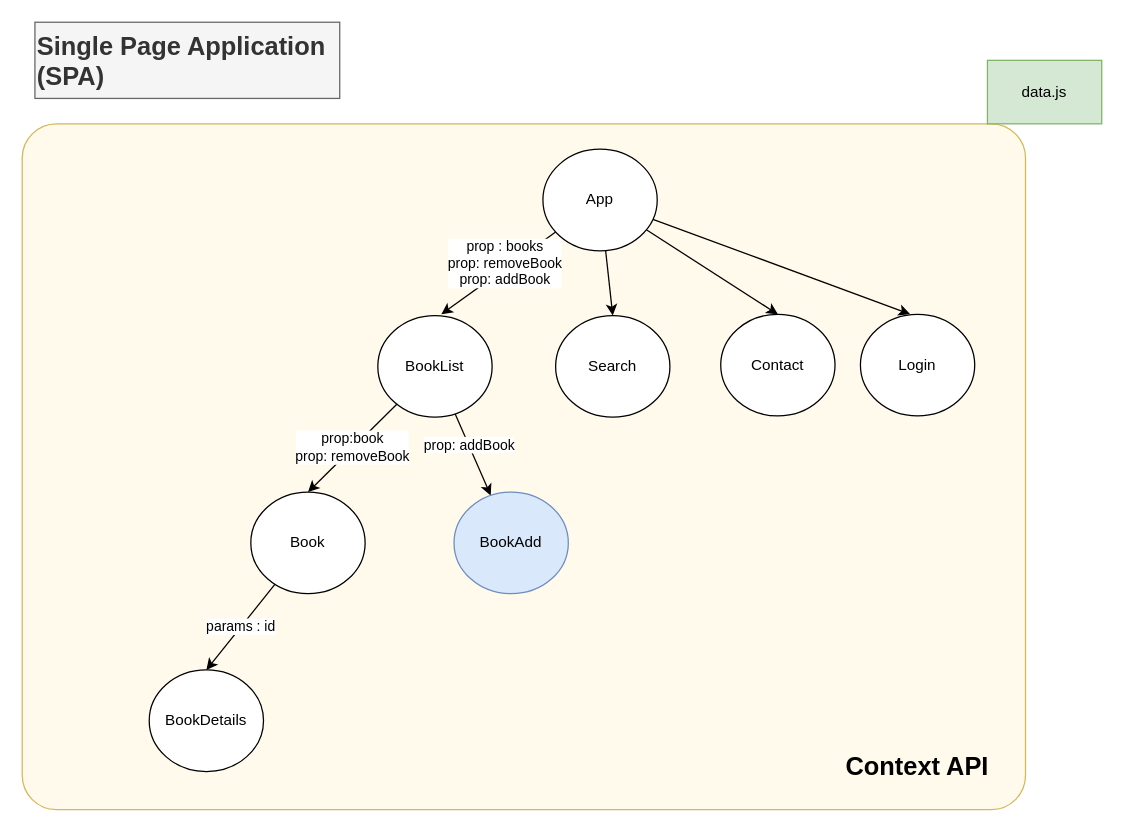
Before: page "day-04-bs-store-components" (5 of 5) of day-04/draw.drawio in zcomert/BtkAkademiDotNetBootCamp, a draw.io diagram. Source tidied: cells renumbered, new cells numbered last; positions are measured from the earlier drawing's top-left corner, leaving out a move shared by most shapes. Both pictures are drawn from the tidied source at 127%, with x=0, y=0 at pixel (22, 22).
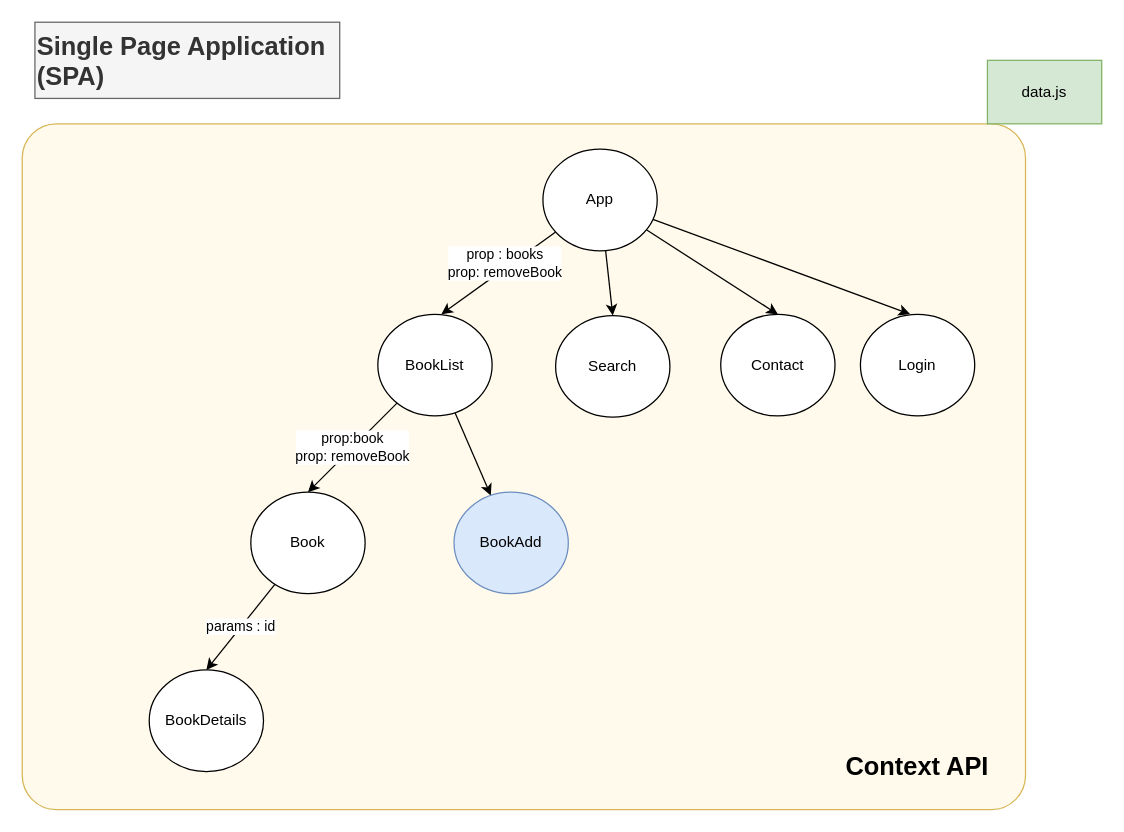
After the change.

Unchanged cells that the change refers to:
```xml
<mxCell id="7" value="App&lt;br&gt;" style="ellipse;whiteSpace=wrap;html=1;" parent="1" vertex="1">
  <mxGeometry x="410" y="100" width="90" height="80" as="geometry" />
</mxCell>
<mxCell id="9" style="edgeStyle=none;rounded=0;jettySize=auto;html=1;" parent="1" edge="1" source="11" target="17">
  <mxGeometry relative="1" as="geometry" />
</mxCell>
```

What changed in the source:
```diff
@@
-    <mxCell id="3" value="prop : books&lt;br&gt;prop: removeBook&lt;br&gt;prop: addBook" style="rounded=0;jettySize=auto;html=1;" parent="1" edge="1" source="7">
+    <mxCell id="3" value="prop : books&lt;br&gt;prop: removeBook" style="rounded=0;jettySize=auto;html=1;" parent="1" edge="1" source="7">
       <mxGeometry x="-0.15" y="-3" relative="1" as="geometry">
         <mxPoint x="330" y="230" as="targetPoint" />
       </mxGeometry>
     </mxCell>
@@
-    <mxCell id="10" value="prop: addBook" style="edgeLabel;html=1;align=center;verticalAlign=middle;" parent="9" vertex="1">
-      <mxGeometry x="-0.27" relative="1" as="geometry" />
-    </mxCell>
     <mxCell id="11" value="BookList" style="ellipse;whiteSpace=wrap;html=1;" parent="1" vertex="1">
-      <mxGeometry x="280" y="231" width="90" height="80" as="geometry" />
+      <mxGeometry x="280" y="230" width="90" height="80" as="geometry" />
     </mxCell>
```
